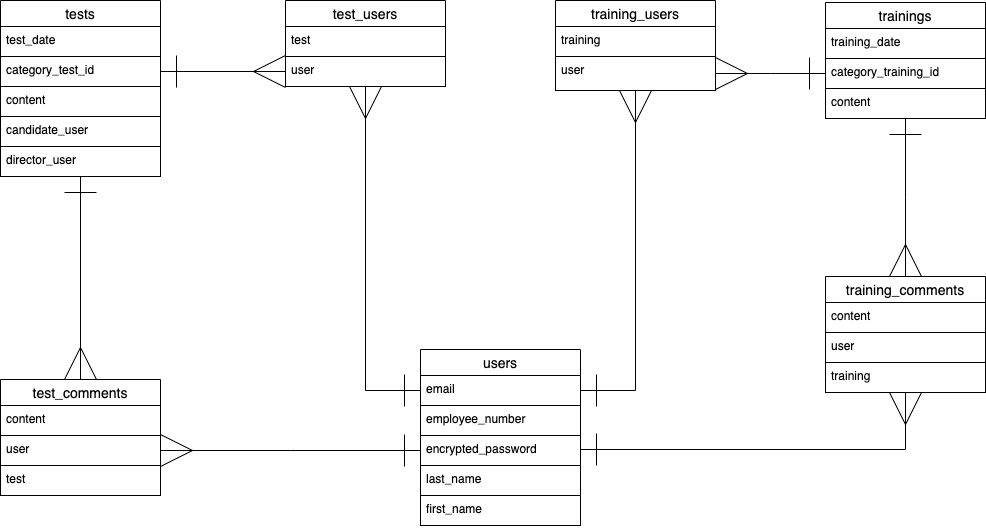
This is trainingAppER.drawio.png from matsuikohei/trainingApp, a draw.io export, as it was before one commit. Source tidied: cells renumbered, new cells last; positions are measured from the earlier drawing's top-left corner, leaving out a move shared by most shapes.
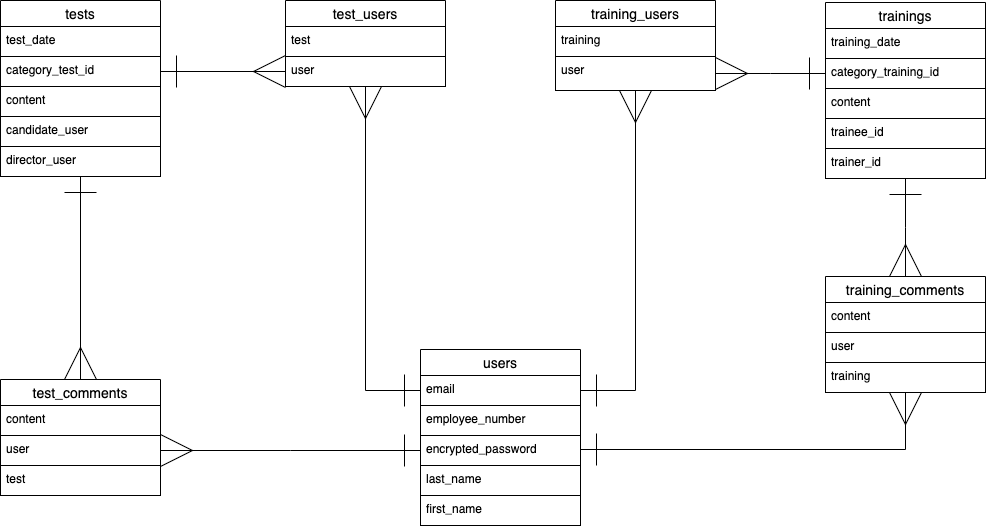
Later version of the same file.

Commit message:
trainee_id、trainer_idカラムの追加

What changed in the source:
```diff
@@ -21,7 +21,7 @@
       <mxGeometry y="146" width="160" height="30" as="geometry" />
     </mxCell>
     <mxCell id="8" value="trainings" style="swimlane;fontStyle=0;horizontal=1;startSize=26;align=center;fontSize=14;" parent="1" vertex="1">
-      <mxGeometry x="825" y="2" width="160" height="116" as="geometry" />
+      <mxGeometry x="825" y="2" width="160" height="176" as="geometry" />
     </mxCell>
     <mxCell id="9" value="training_date" style="text;strokeColor=default;fillColor=none;spacingLeft=4;spacingRight=4;overflow=hidden;fontSize=12;" parent="8" vertex="1">
       <mxGeometry y="26" width="160" height="30" as="geometry" />
@@ -32,6 +32,12 @@
     <mxCell id="11" value="content" style="text;strokeColor=default;fillColor=none;spacingLeft=4;spacingRight=4;overflow=hidden;points=[[0,0.5],[1,0.5]];portConstraint=eastwest;fontSize=12;" parent="8" vertex="1">
       <mxGeometry y="86" width="160" height="30" as="geometry" />
     </mxCell>
+    <mxCell id="40" value="trainee_id" style="text;strokeColor=default;fillColor=none;spacingLeft=4;spacingRight=4;overflow=hidden;fontSize=12;" parent="8" vertex="1">
+      <mxGeometry y="116" width="160" height="30" as="geometry" />
+    </mxCell>
+    <mxCell id="41" value="trainer_id" style="text;strokeColor=default;fillColor=none;spacingLeft=4;spacingRight=4;overflow=hidden;points=[[0,0.5],[1,0.5]];portConstraint=eastwest;fontSize=12;" parent="8" vertex="1">
+      <mxGeometry y="146" width="160" height="30" as="geometry" />
+    </mxCell>
     <mxCell id="12" value="tests" style="swimlane;fontStyle=0;horizontal=1;startSize=26;align=center;fontSize=14;" parent="1" vertex="1">
       <mxGeometry width="160" height="176" as="geometry" />
     </mxCell>
@@ -98,7 +104,7 @@
     <mxCell id="33" style="edgeStyle=elbowEdgeStyle;rounded=0;html=1;entryX=1;entryY=0.5;entryDx=0;entryDy=0;startArrow=ERone;startFill=0;endArrow=ERmany;endFill=0;startSize=30;endSize=30;" parent="1" edge="1" source="10" target="31">
       <mxGeometry relative="1" as="geometry" />
     </mxCell>
-    <mxCell id="34" style="edgeStyle=elbowEdgeStyle;rounded=0;html=1;entryX=0.5;entryY=0;entryDx=0;entryDy=0;startArrow=ERone;startFill=0;endArrow=ERmany;endFill=0;startSize=30;endSize=30;" parent="1" edge="1" source="11" target="22">
+    <mxCell id="34" style="edgeStyle=elbowEdgeStyle;rounded=0;html=1;entryX=0.5;entryY=0;entryDx=0;entryDy=0;startArrow=ERone;startFill=0;endArrow=ERmany;endFill=0;startSize=30;endSize=30;exitX=0.5;exitY=1;exitDx=0;exitDy=0;exitPerimeter=0;" parent="1" edge="1" source="41" target="22">
       <mxGeometry relative="1" as="geometry" />
     </mxCell>
     <mxCell id="35" style="edgeStyle=elbowEdgeStyle;rounded=0;html=1;entryX=0.5;entryY=0;entryDx=0;entryDy=0;startArrow=ERone;startFill=0;endArrow=ERmany;endFill=0;startSize=30;endSize=30;" parent="1" edge="1" source="17" target="18">
```
